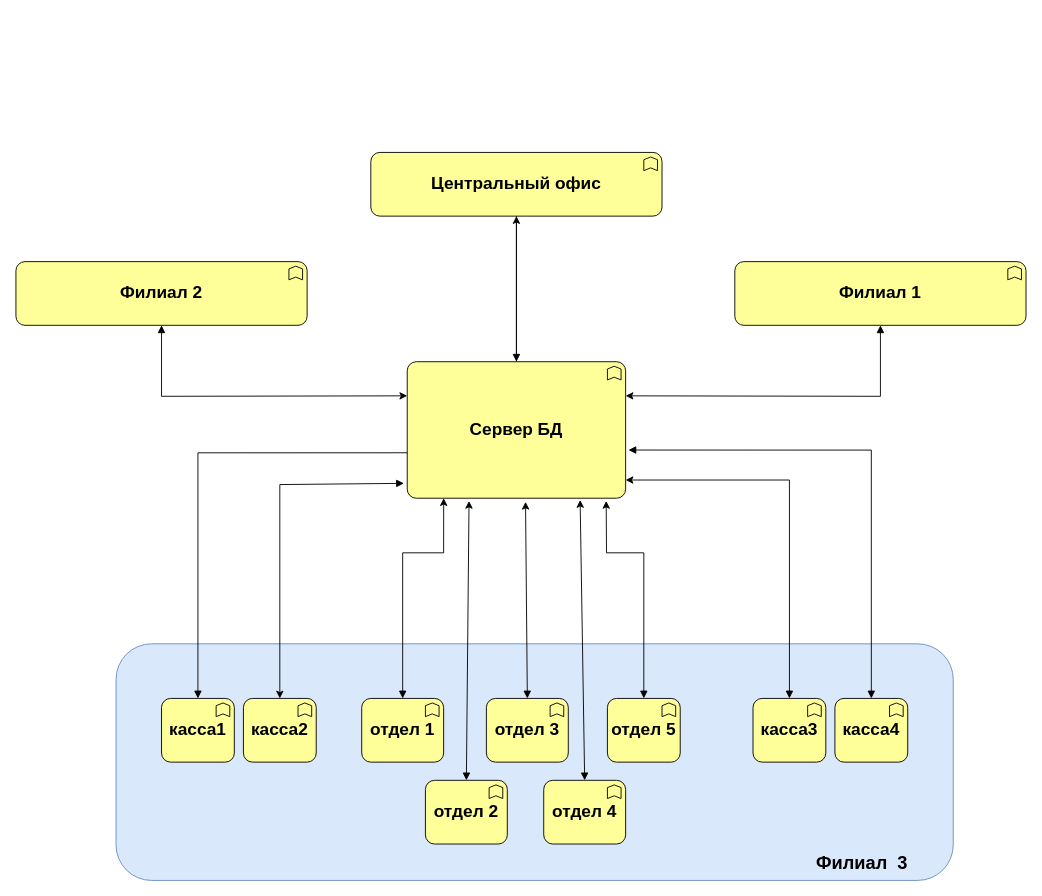
Before: Архитектура Компов.drawio in BadMax-Kirov/VKR, a draw.io diagram. Source tidied: cells renumbered, new cells numbered last; positions are measured from the earlier drawing's top-left corner, leaving out a move shared by most shapes. Both pictures are drawn from the tidied source at 91%, with x=0, y=0 at pixel (15, 152).
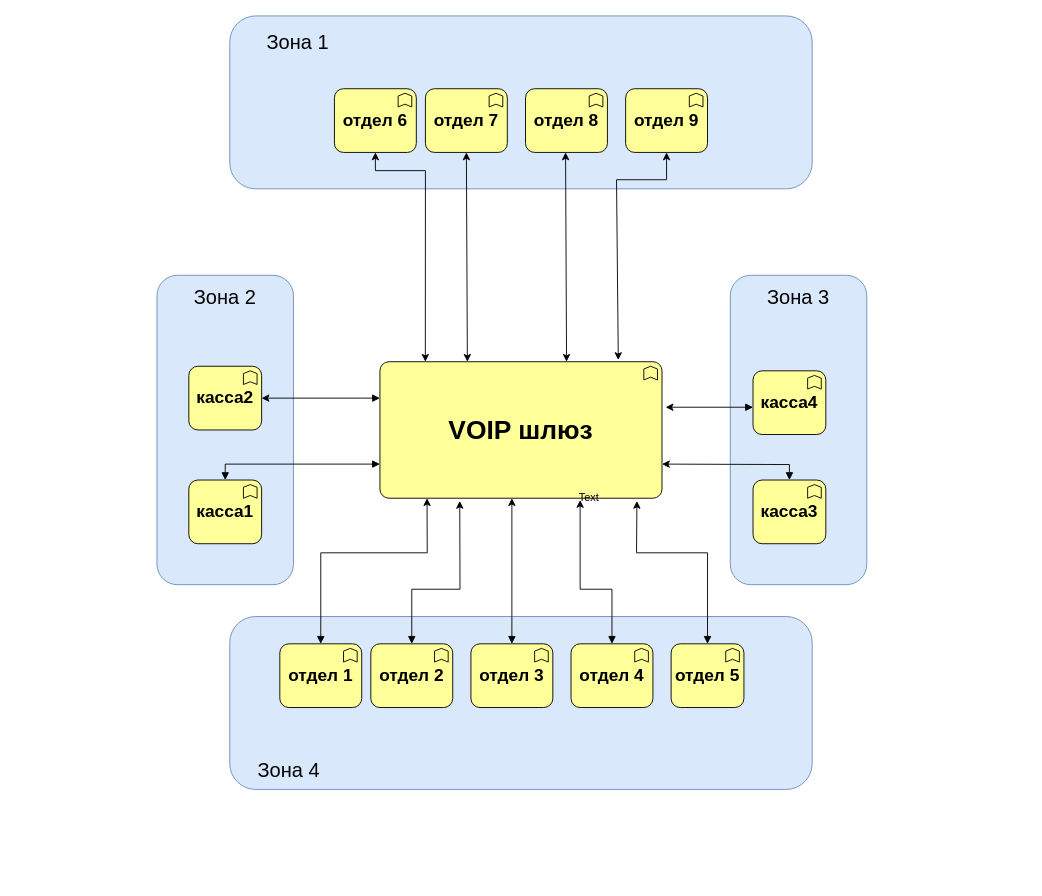
The same diagram, later.

Change to the diagram source:
```diff
@@
-    <mxCell id="2" style="rounded=1;whiteSpace=wrap;html=1;fillColor=#dae8fc;strokeColor=#6c8ebf;" parent="1" vertex="1">
-      <mxGeometry x="110" y="540" width="920" height="260" as="geometry" />
-    </mxCell>
-    <mxCell id="3" style="edgeStyle=orthogonalEdgeStyle;rounded=0;jettySize=auto;html=1;" parent="1" edge="1" source="5" target="13">
-      <mxGeometry relative="1" as="geometry" />
-    </mxCell>
+    <mxCell id="30" style="rounded=1;whiteSpace=wrap;html=1;fillColor=#dae8fc;strokeColor=#6c8ebf;" parent="1" vertex="1">
+      <mxGeometry x="235" y="510" width="640" height="190" as="geometry" />
+    </mxCell>
+    <mxCell id="31" style="rounded=1;whiteSpace=wrap;html=1;rotation=-90;fillColor=#dae8fc;strokeColor=#6c8ebf;" parent="1" vertex="1">
+      <mxGeometry x="60" y="230" width="340" height="150" as="geometry" />
+    </mxCell>
+    <mxCell id="32" style="rounded=1;whiteSpace=wrap;html=1;rotation=-90;fillColor=#dae8fc;strokeColor=#6c8ebf;" parent="1" vertex="1">
+      <mxGeometry x="690" y="230" width="340" height="150" as="geometry" />
+    </mxCell>
+    <mxCell id="33" style="rounded=1;whiteSpace=wrap;html=1;fillColor=#dae8fc;strokeColor=#6c8ebf;" parent="1" vertex="1">
+      <mxGeometry x="235" y="-150" width="640" height="190" as="geometry" />
+    </mxCell>
-    <mxCell id="4" style="edgeStyle=orthogonalEdgeStyle;rounded=0;jettySize=auto;html=1;endArrow=block;endFill=1;startArrow=block;startFill=1;exitX=0.042;exitY=0.667;exitDx=0;exitDy=0;exitPerimeter=0;" parent="1" edge="1" source="5" target="6">
-      <mxGeometry relative="1" as="geometry" />
+    <mxCell id="4" style="edgeStyle=orthogonalEdgeStyle;rounded=0;jettySize=auto;html=1;endArrow=block;endFill=1;startArrow=block;startFill=1;exitX=0;exitY=0.75;exitDx=0;exitDy=0;exitPerimeter=0;" parent="1" edge="1" source="5" target="6">
+      <mxGeometry relative="1" as="geometry">
+        <Array as="points">
+          <mxPoint x="230" y="343" />
+        </Array>
+      </mxGeometry>
     </mxCell>
-    <mxCell id="5" value="&lt;font style=&quot;font-size: 19px&quot;&gt;&lt;b&gt;Сервер БД&lt;br&gt;&lt;/b&gt;&lt;/font&gt;" style="html=1;whiteSpace=wrap;fillColor=#ffff99;shape=mxgraph.archimate3.application;appType=func;archiType=rounded;fontSize=14;" parent="1" vertex="1">
-      <mxGeometry x="430" y="230" width="240" height="150" as="geometry" />
+    <mxCell id="5" value="&lt;font&gt;&lt;b&gt;&lt;font style=&quot;font-size: 29px&quot;&gt;VOIP шлюз&lt;/font&gt;&lt;br&gt;&lt;/b&gt;&lt;/font&gt;" style="html=1;whiteSpace=wrap;fillColor=#ffff99;shape=mxgraph.archimate3.application;appType=func;archiType=rounded;fontSize=14;" parent="1" vertex="1">
+      <mxGeometry x="400" y="230" width="310" height="150" as="geometry" />
     </mxCell>
     <mxCell id="6" value="&lt;font style=&quot;font-size: 19px&quot;&gt;&lt;b&gt;касса1&lt;br&gt;&lt;/b&gt;&lt;/font&gt;" style="html=1;whiteSpace=wrap;fillColor=#ffff99;shape=mxgraph.archimate3.application;appType=func;archiType=rounded;fontSize=14;" parent="1" vertex="1">
-      <mxGeometry x="160" y="600" width="80" height="70" as="geometry" />
+      <mxGeometry x="190" y="360" width="80" height="70" as="geometry" />
     </mxCell>
     <mxCell id="7" value="&lt;font style=&quot;font-size: 19px&quot;&gt;&lt;b&gt;касса2&lt;br&gt;&lt;/b&gt;&lt;/font&gt;" style="html=1;whiteSpace=wrap;fillColor=#ffff99;shape=mxgraph.archimate3.application;appType=func;archiType=rounded;fontSize=14;" parent="1" vertex="1">
-      <mxGeometry x="250" y="600" width="80" height="70" as="geometry" />
+      <mxGeometry x="190" y="235" width="80" height="70" as="geometry" />
     </mxCell>
     <mxCell id="8" value="&lt;font style=&quot;font-size: 19px&quot;&gt;&lt;b&gt;отдел 1&lt;br&gt;&lt;/b&gt;&lt;/font&gt;" style="html=1;whiteSpace=wrap;fillColor=#ffff99;shape=mxgraph.archimate3.application;appType=func;archiType=rounded;fontSize=14;" parent="1" vertex="1">
-      <mxGeometry x="380" y="600" width="90" height="70" as="geometry" />
+      <mxGeometry x="290" y="540" width="90" height="70" as="geometry" />
     </mxCell>
     <mxCell id="9" value="&lt;font style=&quot;font-size: 19px&quot;&gt;&lt;b&gt;отдел 2&lt;br&gt;&lt;/b&gt;&lt;/font&gt;" style="html=1;whiteSpace=wrap;fillColor=#ffff99;shape=mxgraph.archimate3.application;appType=func;archiType=rounded;fontSize=14;" parent="1" vertex="1">
-      <mxGeometry x="450" y="690" width="90" height="70" as="geometry" />
+      <mxGeometry x="390" y="540" width="90" height="70" as="geometry" />
     </mxCell>
     <mxCell id="10" value="&lt;font style=&quot;font-size: 19px&quot;&gt;&lt;b&gt;отдел 3&lt;br&gt;&lt;/b&gt;&lt;/font&gt;" style="html=1;whiteSpace=wrap;fillColor=#ffff99;shape=mxgraph.archimate3.application;appType=func;archiType=rounded;fontSize=14;" parent="1" vertex="1">
-      <mxGeometry x="517" y="600" width="90" height="70" as="geometry" />
+      <mxGeometry x="500" y="540" width="90" height="70" as="geometry" />
     </mxCell>
     <mxCell id="11" value="&lt;font style=&quot;font-size: 19px&quot;&gt;&lt;b&gt;отдел 4&lt;br&gt;&lt;/b&gt;&lt;/font&gt;" style="html=1;whiteSpace=wrap;fillColor=#ffff99;shape=mxgraph.archimate3.application;appType=func;archiType=rounded;fontSize=14;" parent="1" vertex="1">
-      <mxGeometry x="580" y="690" width="90" height="70" as="geometry" />
+      <mxGeometry x="610" y="540" width="90" height="70" as="geometry" />
     </mxCell>
     <mxCell id="12" value="&lt;font style=&quot;font-size: 19px&quot;&gt;&lt;b&gt;отдел 5&lt;br&gt;&lt;/b&gt;&lt;/font&gt;" style="html=1;whiteSpace=wrap;fillColor=#ffff99;shape=mxgraph.archimate3.application;appType=func;archiType=rounded;fontSize=14;" parent="1" vertex="1">
-      <mxGeometry x="650" y="600" width="80" height="70" as="geometry" />
+      <mxGeometry x="720" y="540" width="80" height="70" as="geometry" />
     </mxCell>
-    <mxCell id="13" value="&lt;font style=&quot;font-size: 19px&quot;&gt;&lt;b&gt;Центральный офис&lt;br&gt;&lt;/b&gt;&lt;/font&gt;" style="html=1;whiteSpace=wrap;fillColor=#ffff99;shape=mxgraph.archimate3.application;appType=func;archiType=rounded;fontSize=14;" parent="1" vertex="1">
-      <mxGeometry x="390" width="320" height="70" as="geometry" />
-    </mxCell>
-    <mxCell id="14" style="edgeStyle=orthogonalEdgeStyle;rounded=0;jettySize=auto;html=1;endArrow=block;endFill=1;entryX=0.5;entryY=0;entryDx=0;entryDy=0;entryPerimeter=0;exitX=0.5;exitY=1;exitDx=0;exitDy=0;exitPerimeter=0;" parent="1" edge="1" source="13" target="5">
-      <mxGeometry relative="1" as="geometry" />
-    </mxCell>
-    <mxCell id="15" style="endArrow=classic;html=1;rounded=0;startArrow=block;startFill=1;entryX=0.5;entryY=0;entryDx=0;entryDy=0;entryPerimeter=0;exitX=-0.015;exitY=0.891;exitDx=0;exitDy=0;exitPerimeter=0;" parent="1" edge="1" source="5" target="7">
+    <mxCell id="15" style="endArrow=classic;html=1;rounded=0;startArrow=block;startFill=1;entryX=1;entryY=0.5;entryDx=0;entryDy=0;entryPerimeter=0;" parent="1" edge="1" target="7">
       <mxGeometry relative="1" as="geometry">
+        <mxPoint x="400" y="270" as="sourcePoint" />
         <Array as="points">
-          <mxPoint x="290" y="365" />
+          <mxPoint x="380" y="270" />
         </Array>
       </mxGeometry>
     </mxCell>
     <mxCell id="16" value="&lt;font style=&quot;font-size: 19px&quot;&gt;&lt;b&gt;касса3&lt;br&gt;&lt;/b&gt;&lt;/font&gt;" style="html=1;whiteSpace=wrap;fillColor=#ffff99;shape=mxgraph.archimate3.application;appType=func;archiType=rounded;fontSize=14;" parent="1" vertex="1">
-      <mxGeometry x="810" y="600" width="80" height="70" as="geometry" />
+      <mxGeometry x="810" y="360" width="80" height="70" as="geometry" />
     </mxCell>
     <mxCell id="17" value="&lt;font style=&quot;font-size: 19px&quot;&gt;&lt;b&gt;касса4&lt;br&gt;&lt;/b&gt;&lt;/font&gt;" style="html=1;whiteSpace=wrap;fillColor=#ffff99;shape=mxgraph.archimate3.application;appType=func;archiType=rounded;fontSize=14;" parent="1" vertex="1">
-      <mxGeometry x="900" y="600" width="80" height="70" as="geometry" />
+      <mxGeometry x="810" y="240" width="80" height="70" as="geometry" />
     </mxCell>
     <mxCell id="18" style="endArrow=classic;html=1;exitX=0.5;exitY=0;exitDx=0;exitDy=0;exitPerimeter=0;entryX=0.167;entryY=1;entryDx=0;entryDy=0;entryPerimeter=0;startArrow=block;startFill=1;rounded=0;" parent="1" edge="1" source="8" target="5">
       <mxGeometry relative="1" as="geometry">
         <Array as="points">
-          <mxPoint x="425" y="440" />
-          <mxPoint x="470" y="440" />
+          <mxPoint x="335" y="440" />
+          <mxPoint x="452" y="440" />
         </Array>
       </mxGeometry>
     </mxCell>
-    <mxCell id="19" style="endArrow=classic;html=1;exitX=0.5;exitY=0;exitDx=0;exitDy=0;exitPerimeter=0;entryX=0.283;entryY=1.02;entryDx=0;entryDy=0;entryPerimeter=0;startArrow=block;startFill=1;" parent="1" edge="1" source="9" target="5">
-      <mxGeometry relative="1" as="geometry" />
+    <mxCell id="19" style="endArrow=classic;html=1;exitX=0.5;exitY=0;exitDx=0;exitDy=0;exitPerimeter=0;entryX=0.283;entryY=1.02;entryDx=0;entryDy=0;entryPerimeter=0;startArrow=block;startFill=1;rounded=0;" parent="1" edge="1" source="9" target="5">
+      <mxGeometry relative="1" as="geometry">
+        <Array as="points">
+          <mxPoint x="435" y="480" />
+          <mxPoint x="488" y="480" />
+        </Array>
+      </mxGeometry>
     </mxCell>
-    <mxCell id="20" style="endArrow=classic;html=1;exitX=0.5;exitY=0;exitDx=0;exitDy=0;exitPerimeter=0;startArrow=block;startFill=1;" parent="1" edge="1" source="10">
+    <mxCell id="20" style="endArrow=classic;html=1;startArrow=block;startFill=1;exitX=0.5;exitY=0;exitDx=0;exitDy=0;exitPerimeter=0;" parent="1" edge="1" source="10">
       <mxGeometry relative="1" as="geometry">
-        <mxPoint x="560" y="384" as="targetPoint" />
+        <mxPoint x="545" y="380" as="targetPoint" />
       </mxGeometry>
     </mxCell>
-    <mxCell id="21" style="endArrow=classic;html=1;exitX=0.5;exitY=0;exitDx=0;exitDy=0;exitPerimeter=0;startArrow=block;startFill=1;" parent="1" edge="1" source="11">
+    <mxCell id="21" style="endArrow=classic;html=1;startArrow=block;startFill=1;exitX=0.5;exitY=0;exitDx=0;exitDy=0;exitPerimeter=0;rounded=0;" parent="1" edge="1" source="11">
       <mxGeometry relative="1" as="geometry">
         <mxPoint x="620" y="382" as="targetPoint" />
+        <Array as="points">
+          <mxPoint x="655" y="480" />
+          <mxPoint x="620" y="480" />
+        </Array>
       </mxGeometry>
     </mxCell>
     <mxCell id="22" style="endArrow=classic;html=1;exitX=0.5;exitY=0;exitDx=0;exitDy=0;exitPerimeter=0;entryX=0.911;entryY=1.02;entryDx=0;entryDy=0;entryPerimeter=0;startArrow=block;startFill=1;rounded=0;" parent="1" edge="1" source="12" target="5">
       <mxGeometry relative="1" as="geometry">
         <Array as="points">
-          <mxPoint x="690" y="440" />
-          <mxPoint x="649" y="440" />
+          <mxPoint x="760" y="440" />
+          <mxPoint x="682" y="440" />
         </Array>
       </mxGeometry>
     </mxCell>
-    <mxCell id="23" style="endArrow=classic;html=1;exitX=0.5;exitY=0;exitDx=0;exitDy=0;exitPerimeter=0;startArrow=block;startFill=1;rounded=0;" parent="1" edge="1" source="16">
+    <mxCell id="23" style="endArrow=classic;html=1;startArrow=block;startFill=1;rounded=0;entryX=1;entryY=0.75;entryDx=0;entryDy=0;entryPerimeter=0;exitX=0.5;exitY=0;exitDx=0;exitDy=0;exitPerimeter=0;" parent="1" edge="1" source="16" target="5">
       <mxGeometry relative="1" as="geometry">
-        <mxPoint x="670" y="360" as="targetPoint" />
         <Array as="points">
-          <mxPoint x="850" y="360" />
+          <mxPoint x="850" y="343" />
         </Array>
       </mxGeometry>
     </mxCell>
-    <mxCell id="24" style="edgeStyle=orthogonalEdgeStyle;rounded=0;jettySize=auto;html=1;endArrow=block;endFill=1;startArrow=block;startFill=1;exitX=1.013;exitY=0.647;exitDx=0;exitDy=0;exitPerimeter=0;entryX=0.5;entryY=0;entryDx=0;entryDy=0;entryPerimeter=0;" parent="1" edge="1" source="5" target="17">
-      <mxGeometry relative="1" as="geometry" />
-    </mxCell>
-    <mxCell id="25" value="&lt;font style=&quot;font-size: 19px&quot;&gt;&lt;b&gt;Филиал 1&lt;br&gt;&lt;/b&gt;&lt;/font&gt;" style="html=1;whiteSpace=wrap;fillColor=#ffff99;shape=mxgraph.archimate3.application;appType=func;archiType=rounded;fontSize=14;" parent="1" vertex="1">
-      <mxGeometry x="790" y="120" width="320" height="70" as="geometry" />
-    </mxCell>
-    <mxCell id="26" value="&lt;font style=&quot;font-size: 19px&quot;&gt;&lt;b&gt;Филиал 2&lt;br&gt;&lt;/b&gt;&lt;/font&gt;" style="html=1;whiteSpace=wrap;fillColor=#ffff99;shape=mxgraph.archimate3.application;appType=func;archiType=rounded;fontSize=14;" parent="1" vertex="1">
-      <mxGeometry y="120" width="320" height="70" as="geometry" />
-    </mxCell>
-    <mxCell id="27" style="endArrow=classic;html=1;exitX=0.5;exitY=1;exitDx=0;exitDy=0;exitPerimeter=0;entryX=0;entryY=0.25;entryDx=0;entryDy=0;entryPerimeter=0;rounded=0;startArrow=block;startFill=1;" parent="1" edge="1" source="26" target="5">
-      <mxGeometry relative="1" as="geometry">
-        <Array as="points">
-          <mxPoint x="160" y="268" />
-        </Array>
-      </mxGeometry>
-    </mxCell>
-    <mxCell id="28" style="endArrow=classic;html=1;exitX=0.5;exitY=1;exitDx=0;exitDy=0;exitPerimeter=0;entryX=1;entryY=0.25;entryDx=0;entryDy=0;entryPerimeter=0;rounded=0;startArrow=block;startFill=1;" parent="1" edge="1" source="25" target="5">
-      <mxGeometry relative="1" as="geometry">
-        <Array as="points">
-          <mxPoint x="950" y="268" />
-        </Array>
-      </mxGeometry>
-    </mxCell>
-    <mxCell id="29" value="&lt;b&gt;&lt;font style=&quot;font-size: 20px&quot;&gt;Филиал&amp;nbsp; 3&lt;/font&gt;&lt;/b&gt;" style="text;html=1;strokeColor=none;fillColor=none;align=center;verticalAlign=middle;whiteSpace=wrap;rounded=0;" parent="1" vertex="1">
-      <mxGeometry x="860" y="770" width="140" height="20" as="geometry" />
-    </mxCell>
+    <mxCell id="34" value="&lt;font style=&quot;font-size: 19px&quot;&gt;&lt;b&gt;отдел 6&lt;br&gt;&lt;/b&gt;&lt;/font&gt;" style="html=1;whiteSpace=wrap;fillColor=#ffff99;shape=mxgraph.archimate3.application;appType=func;archiType=rounded;fontSize=14;" parent="1" vertex="1">
+      <mxGeometry x="350" y="-70" width="90" height="70" as="geometry" />
+    </mxCell>
+    <mxCell id="35" value="&lt;font style=&quot;font-size: 19px&quot;&gt;&lt;b&gt;отдел 7&lt;br&gt;&lt;/b&gt;&lt;/font&gt;" style="html=1;whiteSpace=wrap;fillColor=#ffff99;shape=mxgraph.archimate3.application;appType=func;archiType=rounded;fontSize=14;" parent="1" vertex="1">
+      <mxGeometry x="450" y="-70" width="90" height="70" as="geometry" />
+    </mxCell>
+    <mxCell id="36" value="&lt;font style=&quot;font-size: 19px&quot;&gt;&lt;b&gt;отдел 8&lt;br&gt;&lt;/b&gt;&lt;/font&gt;" style="html=1;whiteSpace=wrap;fillColor=#ffff99;shape=mxgraph.archimate3.application;appType=func;archiType=rounded;fontSize=14;" parent="1" vertex="1">
+      <mxGeometry x="560" y="-70" width="90" height="70" as="geometry" />
+    </mxCell>
+    <mxCell id="37" value="&lt;font style=&quot;font-size: 19px&quot;&gt;&lt;b&gt;отдел 9&lt;br&gt;&lt;/b&gt;&lt;/font&gt;" style="html=1;whiteSpace=wrap;fillColor=#ffff99;shape=mxgraph.archimate3.application;appType=func;archiType=rounded;fontSize=14;" parent="1" vertex="1">
+      <mxGeometry x="670" y="-70" width="90" height="70" as="geometry" />
+    </mxCell>
+    <mxCell id="38" style="endArrow=classic;startArrow=classic;html=1;entryX=0.5;entryY=1;entryDx=0;entryDy=0;entryPerimeter=0;rounded=0;exitX=0.161;exitY=0;exitDx=0;exitDy=0;exitPerimeter=0;" parent="1" edge="1" source="5" target="34">
+      <mxGeometry relative="1" as="geometry">
+        <Array as="points">
+          <mxPoint x="450" y="20" />
+          <mxPoint x="395" y="20" />
+        </Array>
+      </mxGeometry>
+    </mxCell>
+    <mxCell id="39" style="endArrow=classic;startArrow=classic;html=1;entryX=0.5;entryY=1;entryDx=0;entryDy=0;entryPerimeter=0;exitX=0.31;exitY=0;exitDx=0;exitDy=0;exitPerimeter=0;" parent="1" edge="1" source="5" target="35">
+      <mxGeometry relative="1" as="geometry" />
+    </mxCell>
+    <mxCell id="40" style="endArrow=classic;startArrow=classic;html=1;exitX=0.31;exitY=0;exitDx=0;exitDy=0;exitPerimeter=0;" parent="1" edge="1">
+      <mxGeometry relative="1" as="geometry">
+        <mxPoint x="605.1" y="230" as="sourcePoint" />
+        <mxPoint x="604" as="targetPoint" />
+      </mxGeometry>
+    </mxCell>
+    <mxCell id="41" style="endArrow=classic;startArrow=classic;html=1;entryX=0.5;entryY=1;entryDx=0;entryDy=0;entryPerimeter=0;rounded=0;exitX=0.845;exitY=-0.013;exitDx=0;exitDy=0;exitPerimeter=0;" parent="1" edge="1" source="5" target="37">
+      <mxGeometry relative="1" as="geometry">
+        <Array as="points">
+          <mxPoint x="660" y="30" />
+          <mxPoint x="715" y="30" />
+        </Array>
+      </mxGeometry>
+    </mxCell>
+    <mxCell id="42" style="endArrow=classic;html=1;rounded=0;startArrow=block;startFill=1;" parent="1" edge="1">
+      <mxGeometry relative="1" as="geometry">
+        <mxPoint x="810" y="280" as="sourcePoint" />
+        <mxPoint x="714" y="280" as="targetPoint" />
+        <Array as="points">
+          <mxPoint x="790" y="280" />
+        </Array>
+      </mxGeometry>
+    </mxCell>
+    <mxCell id="43" value="Text" style="text;html=1;strokeColor=none;fillColor=none;align=center;verticalAlign=middle;whiteSpace=wrap;rounded=0;" parent="1" vertex="1">
+      <mxGeometry x="610" y="370" width="40" height="20" as="geometry" />
+    </mxCell>
+    <mxCell id="44" value="&lt;font style=&quot;font-size: 22px&quot;&gt;&lt;font style=&quot;font-size: 22px&quot;&gt;Зона &lt;/font&gt;1&lt;/font&gt;" style="text;html=1;strokeColor=none;fillColor=none;align=center;verticalAlign=middle;whiteSpace=wrap;rounded=0;" parent="1" vertex="1">
+      <mxGeometry x="260" y="-130" width="100" height="20" as="geometry" />
+    </mxCell>
+    <mxCell id="45" value="&lt;font style=&quot;font-size: 22px&quot;&gt;&lt;font style=&quot;font-size: 22px&quot;&gt;Зона 2&lt;/font&gt;&lt;/font&gt;" style="text;html=1;strokeColor=none;fillColor=none;align=center;verticalAlign=middle;whiteSpace=wrap;rounded=0;" parent="1" vertex="1">
+      <mxGeometry x="180" y="150" width="100" height="20" as="geometry" />
+    </mxCell>
+    <mxCell id="46" value="&lt;font style=&quot;font-size: 22px&quot;&gt;&lt;font style=&quot;font-size: 22px&quot;&gt;Зона 3&lt;/font&gt;&lt;/font&gt;" style="text;html=1;strokeColor=none;fillColor=none;align=center;verticalAlign=middle;whiteSpace=wrap;rounded=0;" parent="1" vertex="1">
+      <mxGeometry x="810" y="150" width="100" height="20" as="geometry" />
+    </mxCell>
+    <mxCell id="47" value="&lt;font style=&quot;font-size: 22px&quot;&gt;&lt;font style=&quot;font-size: 22px&quot;&gt;Зона 4&lt;/font&gt;&lt;/font&gt;" style="text;html=1;strokeColor=none;fillColor=none;align=center;verticalAlign=middle;whiteSpace=wrap;rounded=0;" parent="1" vertex="1">
+      <mxGeometry x="250" y="670" width="100" height="20" as="geometry" />
+    </mxCell>
```
